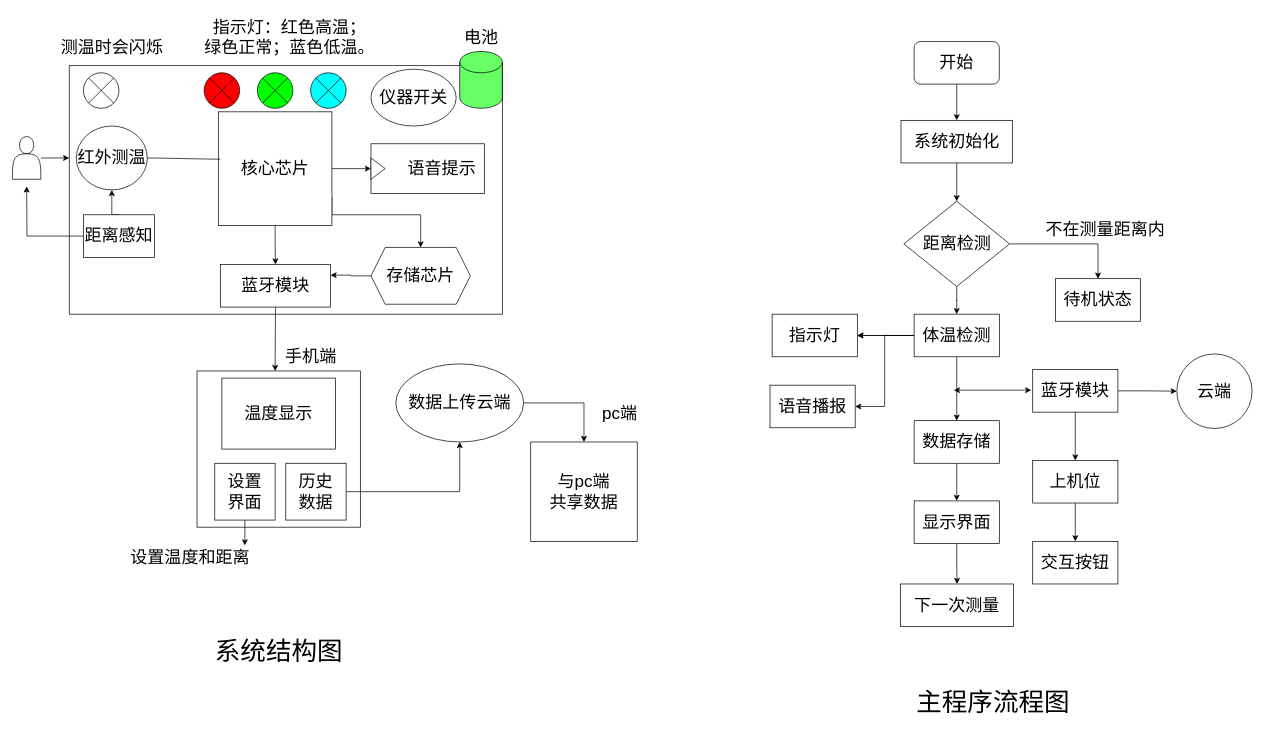
The draw.io diagram gongjiao1.drawio in Zha0-Hu1/diaw.io, before the edit. Source tidied: cells renumbered, new cells numbered last; positions are measured from the earlier drawing's top-left corner, leaving out a move shared by most shapes. Both pictures are drawn from the tidied source at 71%, with x=0, y=0 at pixel (12, 12).
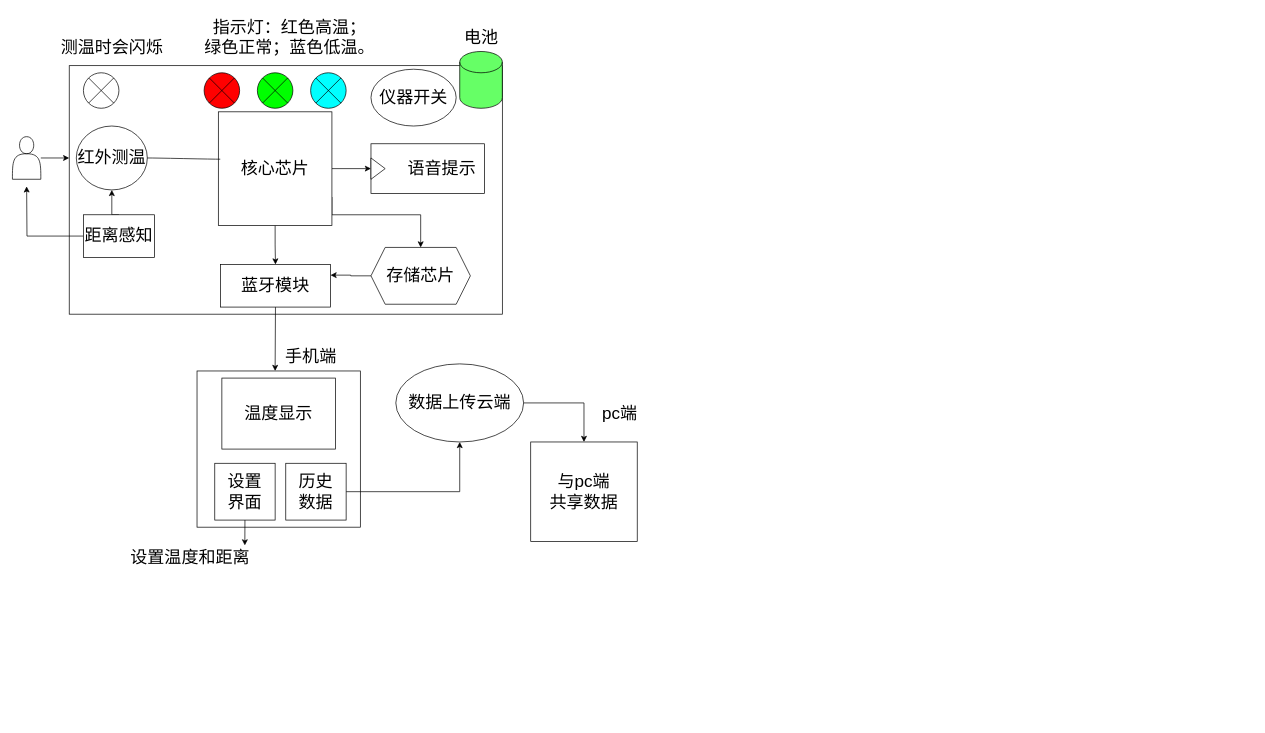
After the change.

Diff of the diagram source:
```diff
@@
-    <mxCell id="41" value="&lt;font style=&quot;font-size: 36px;&quot;&gt;系统结构图&lt;/font&gt;" style="text;html=1;align=center;verticalAlign=middle;strokeColor=none;fillColor=none;" parent="1" vertex="1">
-      <mxGeometry x="276" y="871" width="198" height="55" as="geometry" />
-    </mxCell>
-    <mxCell id="42" style="edgeStyle=orthogonalEdgeStyle;rounded=0;jettySize=auto;html=1;" parent="1" edge="1" source="43" target="45">
-      <mxGeometry relative="1" as="geometry" />
-    </mxCell>
-    <mxCell id="43" value="&lt;font style=&quot;font-size: 24px;&quot;&gt;开始&lt;/font&gt;" style="rounded=1;whiteSpace=wrap;html=1;" parent="1" vertex="1">
-      <mxGeometry x="1270" y="41" width="120" height="60" as="geometry" />
-    </mxCell>
-    <mxCell id="44" style="edgeStyle=orthogonalEdgeStyle;rounded=0;jettySize=auto;html=1;" parent="1" edge="1" source="45" target="48">
-      <mxGeometry relative="1" as="geometry" />
-    </mxCell>
-    <mxCell id="45" value="&lt;font style=&quot;font-size: 24px;&quot;&gt;系统初始化&lt;/font&gt;" style="rounded=0;whiteSpace=wrap;html=1;" parent="1" vertex="1">
-      <mxGeometry x="1251.5" y="152" width="157" height="60" as="geometry" />
-    </mxCell>
-    <mxCell id="46" style="edgeStyle=orthogonalEdgeStyle;rounded=0;jettySize=auto;html=1;" parent="1" edge="1" source="48" target="53">
-      <mxGeometry relative="1" as="geometry" />
-    </mxCell>
-    <mxCell id="47" style="edgeStyle=orthogonalEdgeStyle;rounded=0;jettySize=auto;html=1;exitX=1;exitY=0.5;exitDx=0;exitDy=0;entryX=0.5;entryY=0;entryDx=0;entryDy=0;" parent="1" edge="1" source="48" target="54">
-      <mxGeometry relative="1" as="geometry" />
-    </mxCell>
-    <mxCell id="48" value="&lt;font style=&quot;font-size: 24px;&quot;&gt;距离检测&lt;/font&gt;" style="rhombus;whiteSpace=wrap;html=1;rounded=0;" parent="1" vertex="1">
-      <mxGeometry x="1255.5" y="266" width="149" height="120" as="geometry" />
-    </mxCell>
-    <mxCell id="49" style="edgeStyle=orthogonalEdgeStyle;rounded=0;jettySize=auto;html=1;" parent="1" edge="1" source="53" target="57">
-      <mxGeometry relative="1" as="geometry" />
-    </mxCell>
-    <mxCell id="50" style="edgeStyle=orthogonalEdgeStyle;rounded=0;jettySize=auto;html=1;" parent="1" edge="1" source="53" target="63">
-      <mxGeometry relative="1" as="geometry" />
-    </mxCell>
-    <mxCell id="51" style="edgeStyle=orthogonalEdgeStyle;rounded=0;jettySize=auto;html=1;" parent="1" edge="1" source="53" target="63">
-      <mxGeometry relative="1" as="geometry" />
-    </mxCell>
-    <mxCell id="52" style="edgeStyle=orthogonalEdgeStyle;rounded=0;jettySize=auto;html=1;exitX=0;exitY=0.5;exitDx=0;exitDy=0;entryX=1;entryY=0.5;entryDx=0;entryDy=0;" parent="1" edge="1" source="53" target="64">
-      <mxGeometry relative="1" as="geometry" />
-    </mxCell>
-    <mxCell id="53" value="&lt;span style=&quot;font-size: 24px;&quot;&gt;体温检测&lt;/span&gt;" style="whiteSpace=wrap;html=1;rounded=0;" parent="1" vertex="1">
-      <mxGeometry x="1270" y="425" width="120" height="60" as="geometry" />
-    </mxCell>
-    <mxCell id="54" value="&lt;font style=&quot;font-size: 24px;&quot;&gt;待机状态&lt;/font&gt;" style="whiteSpace=wrap;html=1;rounded=0;" parent="1" vertex="1">
-      <mxGeometry x="1469" y="375" width="120" height="60" as="geometry" />
-    </mxCell>
-    <mxCell id="55" value="&lt;font style=&quot;font-size: 24px;&quot;&gt;不在测量距离内&lt;/font&gt;" style="text;html=1;align=center;verticalAlign=middle;strokeColor=none;fillColor=none;" parent="1" vertex="1">
-      <mxGeometry x="1446" y="285" width="186" height="41" as="geometry" />
-    </mxCell>
-    <mxCell id="56" style="edgeStyle=orthogonalEdgeStyle;rounded=0;jettySize=auto;html=1;" parent="1" edge="1" source="57" target="69">
-      <mxGeometry relative="1" as="geometry" />
-    </mxCell>
-    <mxCell id="57" value="&lt;font style=&quot;font-size: 24px;&quot;&gt;数据存储&lt;/font&gt;" style="whiteSpace=wrap;html=1;rounded=0;" parent="1" vertex="1">
-      <mxGeometry x="1270" y="575" width="120" height="60" as="geometry" />
-    </mxCell>
-    <mxCell id="58" style="endArrow=classic;startArrow=classic;html=1;rounded=0;" parent="1" edge="1">
-      <mxGeometry relative="1" as="geometry">
-        <mxPoint x="1435" y="532" as="sourcePoint" />
-        <mxPoint x="1326" y="532" as="targetPoint" />
-      </mxGeometry>
-    </mxCell>
-    <mxCell id="59" style="edgeStyle=orthogonalEdgeStyle;rounded=0;jettySize=auto;html=1;" parent="1" edge="1" source="61" target="62">
-      <mxGeometry relative="1" as="geometry" />
-    </mxCell>
-    <mxCell id="60" style="edgeStyle=orthogonalEdgeStyle;rounded=0;jettySize=auto;html=1;" parent="1" edge="1" source="61" target="66">
-      <mxGeometry relative="1" as="geometry" />
-    </mxCell>
-    <mxCell id="61" value="&lt;font style=&quot;font-size: 24px;&quot;&gt;蓝牙模块&lt;/font&gt;" style="rounded=0;whiteSpace=wrap;html=1;" parent="1" vertex="1">
-      <mxGeometry x="1437" y="503" width="120" height="60" as="geometry" />
-    </mxCell>
-    <mxCell id="62" value="&lt;font style=&quot;font-size: 24px;&quot;&gt;云端&lt;/font&gt;" style="ellipse;whiteSpace=wrap;html=1;rounded=0;" parent="1" vertex="1">
-      <mxGeometry x="1640" y="481" width="106" height="105" as="geometry" />
-    </mxCell>
-    <mxCell id="63" value="&lt;font style=&quot;font-size: 24px;&quot;&gt;指示灯&lt;/font&gt;" style="whiteSpace=wrap;html=1;rounded=0;" parent="1" vertex="1">
-      <mxGeometry x="1070" y="425" width="120" height="60" as="geometry" />
-    </mxCell>
-    <mxCell id="64" value="&lt;font style=&quot;font-size: 24px;&quot;&gt;语音播报&lt;/font&gt;" style="rounded=0;whiteSpace=wrap;html=1;" parent="1" vertex="1">
-      <mxGeometry x="1067" y="525" width="120" height="60" as="geometry" />
-    </mxCell>
-    <mxCell id="65" style="edgeStyle=orthogonalEdgeStyle;rounded=0;jettySize=auto;html=1;" parent="1" edge="1" source="66" target="67">
-      <mxGeometry relative="1" as="geometry" />
-    </mxCell>
-    <mxCell id="66" value="&lt;font style=&quot;font-size: 24px;&quot;&gt;上机位&lt;/font&gt;" style="whiteSpace=wrap;html=1;rounded=0;" parent="1" vertex="1">
-      <mxGeometry x="1437" y="631" width="120" height="60" as="geometry" />
-    </mxCell>
-    <mxCell id="67" value="&lt;font style=&quot;font-size: 24px;&quot;&gt;交互按钮&lt;/font&gt;" style="whiteSpace=wrap;html=1;rounded=0;" parent="1" vertex="1">
-      <mxGeometry x="1437" y="745" width="120" height="60" as="geometry" />
-    </mxCell>
-    <mxCell id="68" style="edgeStyle=orthogonalEdgeStyle;rounded=0;jettySize=auto;html=1;" parent="1" edge="1" source="69" target="70">
-      <mxGeometry relative="1" as="geometry" />
-    </mxCell>
-    <mxCell id="69" value="&lt;font style=&quot;font-size: 24px;&quot;&gt;显示界面&lt;/font&gt;" style="whiteSpace=wrap;html=1;rounded=0;" parent="1" vertex="1">
-      <mxGeometry x="1270" y="688" width="120" height="60" as="geometry" />
-    </mxCell>
-    <mxCell id="70" value="&lt;font style=&quot;font-size: 24px;&quot;&gt;下一次测量&lt;/font&gt;" style="whiteSpace=wrap;html=1;rounded=0;" parent="1" vertex="1">
-      <mxGeometry x="1251" y="805" width="159" height="60" as="geometry" />
-    </mxCell>
-    <mxCell id="71" value="&lt;font style=&quot;font-size: 36px;&quot;&gt;主程序流程图&lt;/font&gt;" style="text;html=1;align=center;verticalAlign=middle;strokeColor=none;fillColor=none;" parent="1" vertex="1">
-      <mxGeometry x="1264" y="944" width="234" height="55" as="geometry" />
-    </mxCell>
```
